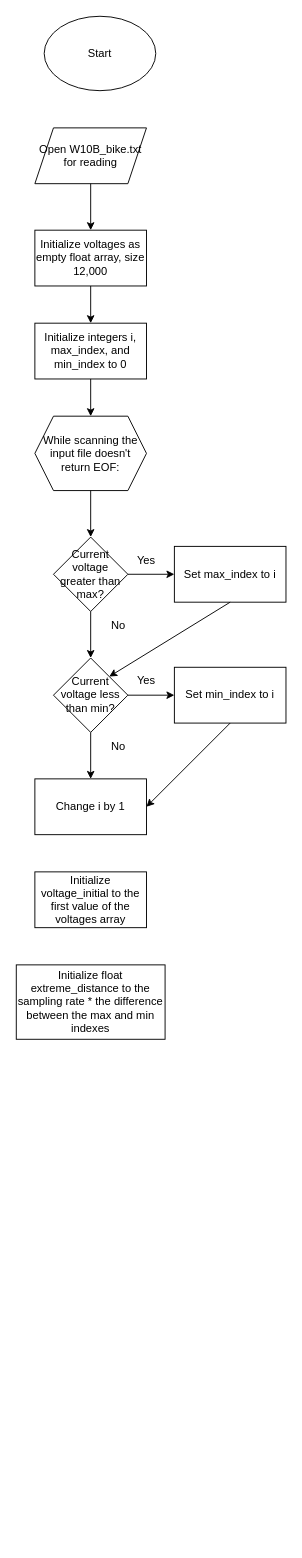
This is APP10-3.drawio from uthw/feh, a draw.io file, before an edit. Source tidied: cells renumbered, new cells numbered last; positions are measured from the earlier drawing's top-left corner, leaving out a move shared by most shapes. Both pictures are drawn from the tidied source at 93%, with x=0, y=0 at pixel (16, 16).
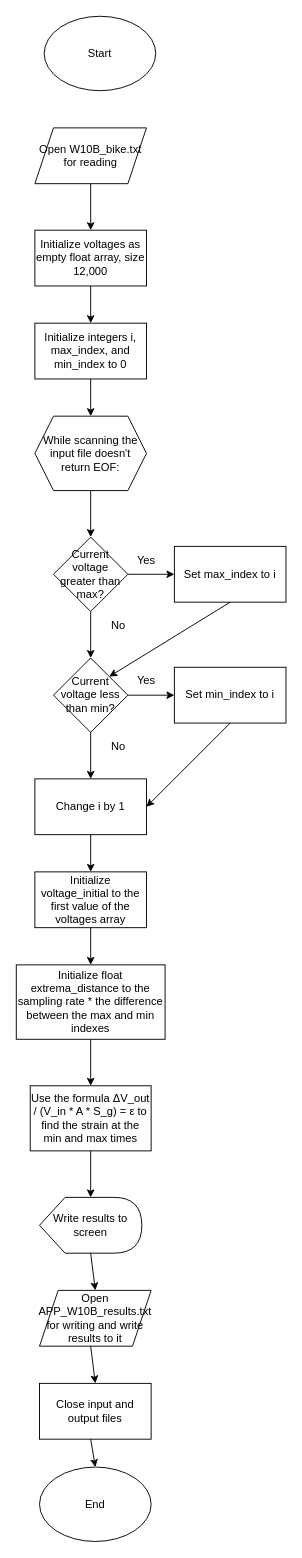
The same page after the edit.

Unchanged cells that the change refers to:
```xml
<mxCell id="26" value="Initialize voltage_initial to the first value of the voltages array" style="rounded=0;whiteSpace=wrap;html=1;" parent="1" vertex="1">
  <mxGeometry x="20" y="920" width="120" height="60" as="geometry" />
</mxCell>
```

Change to the diagram source:
```diff
@@
-    <mxCell id="27" value="Initialize float extreme_distance to the sampling rate * the difference between the max and min indexes" style="rounded=0;whiteSpace=wrap;html=1;" parent="1" vertex="1">
+    <mxCell id="27" value="Initialize float extrema_distance to the sampling rate * the difference between the max and min indexes" style="rounded=0;whiteSpace=wrap;html=1;" parent="1" vertex="1">
       <mxGeometry y="1020" width="160" height="80" as="geometry" />
     </mxCell>
+    <mxCell id="28" style="endArrow=classic;html=1;rounded=0;entryX=0.5;entryY=0;entryDx=0;entryDy=0;" parent="1" edge="1" target="26">
+      <mxGeometry relative="1" as="geometry">
+        <mxPoint x="80" y="880" as="sourcePoint" />
+      </mxGeometry>
+    </mxCell>
+    <mxCell id="29" style="endArrow=classic;html=1;rounded=0;" parent="1" edge="1" target="27">
+      <mxGeometry relative="1" as="geometry">
+        <mxPoint x="80" y="980" as="sourcePoint" />
+      </mxGeometry>
+    </mxCell>
+    <mxCell id="30" style="endArrow=classic;html=1;rounded=0;" parent="1" edge="1">
+      <mxGeometry relative="1" as="geometry">
+        <mxPoint x="80" y="1100" as="sourcePoint" />
+        <mxPoint x="80" y="1150" as="targetPoint" />
+      </mxGeometry>
+    </mxCell>
+    <mxCell id="31" value="Use the formula ΔV_out / (V_in * A * S_g) = ε to find the strain at the min and max times" style="rounded=0;whiteSpace=wrap;html=1;" parent="1" vertex="1">
+      <mxGeometry x="15" y="1150" width="130" height="70" as="geometry" />
+    </mxCell>
+    <mxCell id="32" style="endArrow=classic;html=1;rounded=0;" parent="1" edge="1">
+      <mxGeometry relative="1" as="geometry">
+        <mxPoint x="80" y="1220" as="sourcePoint" />
+        <mxPoint x="80" y="1270" as="targetPoint" />
+      </mxGeometry>
+    </mxCell>
+    <mxCell id="33" value="Write results to screen" style="shape=display;whiteSpace=wrap;html=1;" parent="1" vertex="1">
+      <mxGeometry x="25" y="1270" width="110" height="60" as="geometry" />
+    </mxCell>
+    <mxCell id="34" value="Open APP_W10B_results.txt for writing and write results to it" style="shape=parallelogram;perimeter=parallelogramPerimeter;whiteSpace=wrap;html=1;fixedSize=1;" parent="1" vertex="1">
+      <mxGeometry x="25" y="1370" width="120" height="60" as="geometry" />
+    </mxCell>
+    <mxCell id="35" style="endArrow=classic;html=1;rounded=0;entryX=0.5;entryY=0;entryDx=0;entryDy=0;" parent="1" edge="1" target="34">
+      <mxGeometry relative="1" as="geometry">
+        <mxPoint x="80" y="1330" as="sourcePoint" />
+      </mxGeometry>
+    </mxCell>
+    <mxCell id="36" value="Close input and output files" style="rounded=0;whiteSpace=wrap;html=1;" parent="1" vertex="1">
+      <mxGeometry x="25" y="1470" width="120" height="60" as="geometry" />
+    </mxCell>
+    <mxCell id="37" style="endArrow=classic;html=1;rounded=0;entryX=0.5;entryY=0;entryDx=0;entryDy=0;" parent="1" edge="1" target="36">
+      <mxGeometry relative="1" as="geometry">
+        <mxPoint x="80" y="1430" as="sourcePoint" />
+      </mxGeometry>
+    </mxCell>
+    <mxCell id="38" value="End" style="ellipse;whiteSpace=wrap;html=1;" parent="1" vertex="1">
+      <mxGeometry x="25" y="1560" width="120" height="80" as="geometry" />
+    </mxCell>
+    <mxCell id="39" style="endArrow=classic;html=1;rounded=0;entryX=0.5;entryY=0;entryDx=0;entryDy=0;" parent="1" edge="1" target="38">
+      <mxGeometry relative="1" as="geometry">
+        <mxPoint x="80" y="1530" as="sourcePoint" />
+      </mxGeometry>
+    </mxCell>
```
